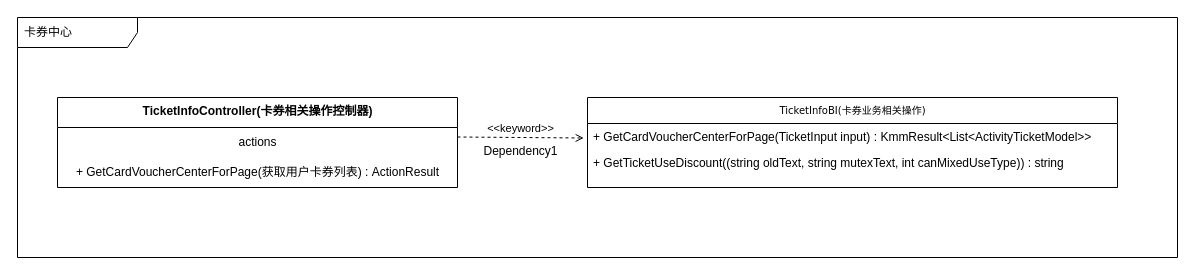
Earlier version of the draw.io diagram Kemai/卡券类图.drawio (noobwu/diagrams). Source tidied: cells renumbered, new cells numbered last; positions are measured from the earlier drawing's top-left corner, leaving out a move shared by most shapes. Both pictures are drawn from the tidied source at 100%, with x=0, y=0 at pixel (17, 17).
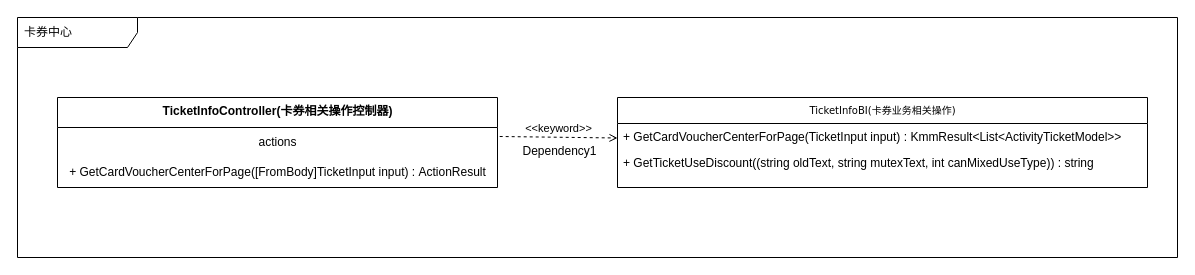
Above is the later version.

The edit, as a diff of the source:
```diff
@@
 <mxGraphModel>
   <root>
     <mxCell id="0" />
     <mxCell id="1" parent="0" />
     <mxCell id="2" value="卡券中心" style="shape=umlFrame;whiteSpace=wrap;html=1;width=120;height=30;boundedLbl=1;verticalAlign=middle;align=left;spacingLeft=5;" parent="1" vertex="1">
       <mxGeometry width="1160" height="240" as="geometry" />
     </mxCell>
     <mxCell id="3" value="TicketInfoController(卡券相关操作控制器)" style="swimlane;fontStyle=1;align=center;verticalAlign=top;horizontal=1;startSize=30;html=1;fillColor=default;" parent="1" vertex="1">
-      <mxGeometry x="40" y="80" width="400" height="90" as="geometry" />
+      <mxGeometry x="40" y="80" width="440" height="90" as="geometry" />
     </mxCell>
     <mxCell id="4" value="actions" style="html=1;strokeColor=none;fillColor=none;align=center;verticalAlign=middle;spacingLeft=4;spacingRight=4;points=[[0,0.5],[1,0.5]];" parent="3" vertex="1">
-      <mxGeometry y="30" width="400" height="30" as="geometry" />
+      <mxGeometry y="30" width="440" height="30" as="geometry" />
     </mxCell>
-    <mxCell id="5" value="+ GetCardVoucherCenterForPage(获取用户卡券列表) :&amp;nbsp;ActionResult" style="html=1;strokeColor=none;fillColor=none;align=center;verticalAlign=middle;spacingLeft=4;spacingRight=4;" parent="3" vertex="1">
-      <mxGeometry y="60" width="400" height="30" as="geometry" />
+    <mxCell id="5" value="+ GetCardVoucherCenterForPage([FromBody]TicketInput input) :&amp;nbsp;ActionResult" style="html=1;strokeColor=none;fillColor=none;align=center;verticalAlign=middle;spacingLeft=4;spacingRight=4;" parent="3" vertex="1">
+      <mxGeometry y="60" width="440" height="30" as="geometry" />
     </mxCell>
     <mxCell id="6" value="TicketInfoBI(卡券业务相关操作)" style="swimlane;html=1;fontStyle=0;horizontal=1;startSize=26;fillColor=none;swimlaneFillColor=#ffffff;rounded=0;shadow=0;comic=0;labelBackgroundColor=none;strokeWidth=1;fontFamily=Verdana;fontSize=10;align=center;" parent="1" vertex="1">
-      <mxGeometry x="570" y="80" width="530" height="90" as="geometry" />
+      <mxGeometry x="600" y="80" width="530" height="90" as="geometry" />
     </mxCell>
     <mxCell id="7" value="&lt;span&gt;+ GetCardVoucherCenterForPage(TicketInput input)&amp;nbsp;:&amp;nbsp;&lt;/span&gt;KmmResult&amp;lt;List&amp;lt;ActivityTicketModel&amp;gt;&amp;gt;" style="text;html=1;strokeColor=none;fillColor=none;align=left;verticalAlign=top;spacingLeft=4;spacingRight=4;whiteSpace=wrap;overflow=hidden;" parent="6" vertex="1">
       <mxGeometry y="26" width="530" height="26" as="geometry" />
     </mxCell>
     <mxCell id="8" value="&lt;span&gt;+ GetTicketUseDiscount((string oldText, string mutexText, int canMixedUseType))&amp;nbsp;:&amp;nbsp;&lt;/span&gt;string" style="text;html=1;strokeColor=none;fillColor=none;align=left;verticalAlign=top;spacingLeft=4;spacingRight=4;whiteSpace=wrap;overflow=hidden;" parent="6" vertex="1">
       <mxGeometry y="52" width="530" height="26" as="geometry" />
     </mxCell>
-    <mxCell id="9" value="&amp;lt;&amp;lt;keyword&amp;gt;&amp;gt;" style="endArrow=open;html=1;rounded=0;align=center;verticalAlign=bottom;dashed=1;endFill=0;labelBackgroundColor=none;entryX=0;entryY=0.5;entryDx=0;entryDy=0;exitX=1.014;exitY=0.3;exitDx=0;exitDy=0;exitPerimeter=0;" parent="1" edge="1">
+    <mxCell id="9" value="&amp;lt;&amp;lt;keyword&amp;gt;&amp;gt;" style="endArrow=open;html=1;rounded=0;align=center;verticalAlign=bottom;dashed=1;endFill=0;labelBackgroundColor=none;entryX=0;entryY=0.5;entryDx=0;entryDy=0;exitX=1.005;exitY=0.3;exitDx=0;exitDy=0;exitPerimeter=0;" parent="1" edge="1" source="4">
       <mxGeometry relative="1" as="geometry">
-        <mxPoint x="440" y="119.5" as="sourcePoint" />
-        <mxPoint x="566.2" y="120.5" as="targetPoint" />
+        <mxPoint x="600" y="120.5" as="targetPoint" />
       </mxGeometry>
     </mxCell>
     <mxCell id="10" value="Dependency1" style="html=1;align=center;verticalAlign=top;labelBackgroundColor=none;fillColor=default;" parent="9" vertex="1">
       <mxGeometry relative="1" as="geometry" />
     </mxCell>
   </root>
 </mxGraphModel>
```
